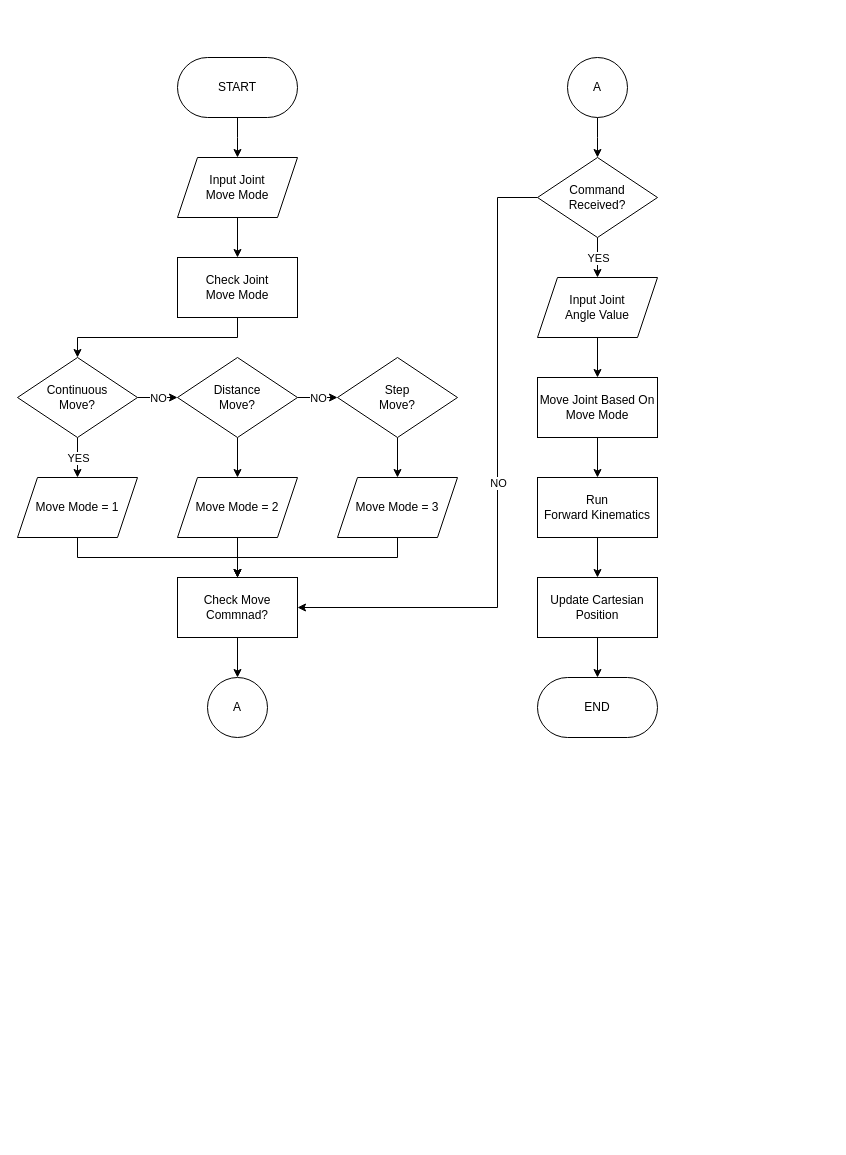
Before: page "Move Algorithm" (6 of 8) of Breakdown/Algorithm Flowchart.drawio in AlfonsusGiovanni/Welding-Arm-Manipulator, a draw.io diagram. Source tidied: cells renumbered, new cells numbered last; positions are measured from the earlier drawing's top-left corner, leaving out a move shared by most shapes. Both pictures are drawn from the tidied source at 100%, with x=0, y=0 at pixel (17, 57).
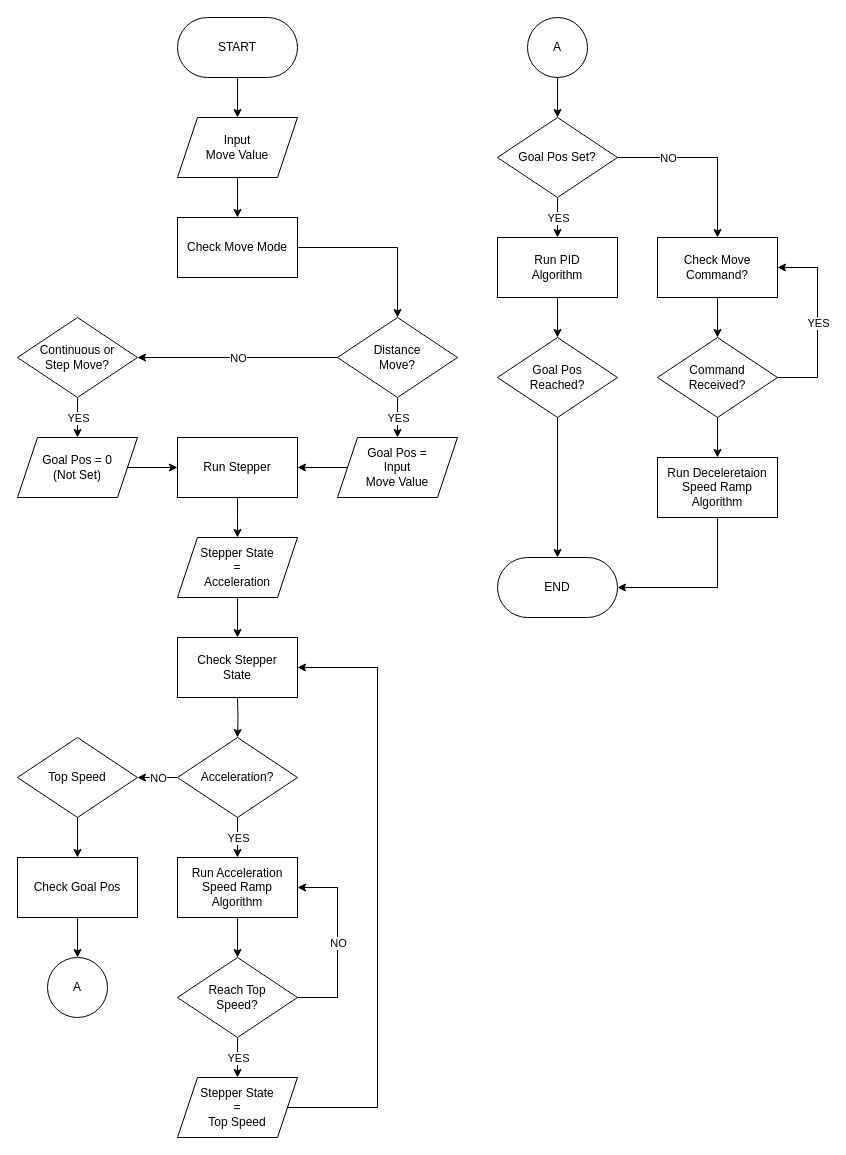
Above is the later version.

What changed in the source:
```diff
@@
-    <mxCell id="2" style="edgeStyle=orthogonalEdgeStyle;rounded=0;jettySize=auto;html=1;" parent="1" edge="1" source="3">
-      <mxGeometry relative="1" as="geometry">
-        <mxPoint x="220" y="100" as="targetPoint" />
-      </mxGeometry>
-    </mxCell>
+    <mxCell id="44" style="edgeStyle=orthogonalEdgeStyle;rounded=0;jettySize=auto;html=1;" parent="1" edge="1" source="3" target="55">
+      <mxGeometry relative="1" as="geometry" />
+    </mxCell>
     <mxCell id="3" value="START" style="rounded=1;whiteSpace=wrap;html=1;arcSize=50;" parent="1" vertex="1">
-      <mxGeometry x="160" width="120" height="60" as="geometry" />
+      <mxGeometry x="160" y="-40" width="120" height="60" as="geometry" />
     </mxCell>
-    <mxCell id="4" style="edgeStyle=orthogonalEdgeStyle;rounded=0;jettySize=auto;html=1;" parent="1" edge="1" source="5" target="7">
-      <mxGeometry relative="1" as="geometry" />
-    </mxCell>
-    <mxCell id="5" value="Input Joint&lt;br&gt;Move Mode" style="shape=parallelogram;perimeter=parallelogramPerimeter;whiteSpace=wrap;html=1;fixedSize=1;" parent="1" vertex="1">
-      <mxGeometry x="160" y="100" width="120" height="60" as="geometry" />
-    </mxCell>
-    <mxCell id="6" style="edgeStyle=orthogonalEdgeStyle;rounded=0;jettySize=auto;html=1;exitX=0.5;exitY=1;exitDx=0;exitDy=0;" parent="1" edge="1" source="7" target="12">
-      <mxGeometry relative="1" as="geometry" />
-    </mxCell>
-    <mxCell id="7" value="Check Joint&lt;br&gt;Move Mode" style="rounded=0;whiteSpace=wrap;html=1;" parent="1" vertex="1">
-      <mxGeometry x="160" y="200" width="120" height="60" as="geometry" />
-    </mxCell>
-    <mxCell id="8" style="edgeStyle=orthogonalEdgeStyle;rounded=0;jettySize=auto;html=1;" parent="1" edge="1" source="12" target="16">
-      <mxGeometry relative="1" as="geometry" />
-    </mxCell>
-    <mxCell id="9" value="NO" style="edgeLabel;html=1;align=center;verticalAlign=middle;" parent="8" vertex="1">
-      <mxGeometry relative="1" as="geometry" />
-    </mxCell>
-    <mxCell id="10" style="edgeStyle=orthogonalEdgeStyle;rounded=0;jettySize=auto;html=1;" parent="1" edge="1" source="12">
-      <mxGeometry relative="1" as="geometry">
-        <mxPoint x="60" y="420" as="targetPoint" />
-      </mxGeometry>
-    </mxCell>
-    <mxCell id="11" value="YES" style="edgeLabel;html=1;align=center;verticalAlign=middle;" parent="10" vertex="1">
-      <mxGeometry relative="1" as="geometry" />
-    </mxCell>
-    <mxCell id="12" value="Continuous&lt;br&gt;Move?" style="rhombus;whiteSpace=wrap;html=1;" parent="1" vertex="1">
-      <mxGeometry y="300" width="120" height="80" as="geometry" />
-    </mxCell>
-    <mxCell id="13" style="edgeStyle=orthogonalEdgeStyle;rounded=0;jettySize=auto;html=1;" parent="1" edge="1" source="16" target="18">
-      <mxGeometry relative="1" as="geometry" />
-    </mxCell>
-    <mxCell id="14" value="NO" style="edgeLabel;html=1;align=center;verticalAlign=middle;" parent="13" vertex="1">
-      <mxGeometry relative="1" as="geometry" />
-    </mxCell>
-    <mxCell id="15" style="edgeStyle=orthogonalEdgeStyle;rounded=0;jettySize=auto;html=1;" parent="1" edge="1" source="16" target="22">
-      <mxGeometry relative="1" as="geometry" />
-    </mxCell>
+    <mxCell id="45" style="edgeStyle=orthogonalEdgeStyle;rounded=0;jettySize=auto;html=1;" parent="1" edge="1" source="46" target="16">
+      <mxGeometry relative="1" as="geometry" />
+    </mxCell>
+    <mxCell id="46" value="Check Move Mode" style="rounded=0;whiteSpace=wrap;html=1;" parent="1" vertex="1">
+      <mxGeometry x="160" y="160" width="120" height="60" as="geometry" />
+    </mxCell>
+    <mxCell id="47" style="edgeStyle=orthogonalEdgeStyle;rounded=0;jettySize=auto;html=1;" parent="1" edge="1" source="49" target="90">
+      <mxGeometry relative="1" as="geometry" />
+    </mxCell>
+    <mxCell id="48" value="YES" style="edgeLabel;html=1;align=center;verticalAlign=middle;" parent="47" vertex="1">
+      <mxGeometry relative="1" as="geometry" />
+    </mxCell>
+    <mxCell id="49" value="Continuous or&lt;br&gt;Step Move?" style="rhombus;whiteSpace=wrap;html=1;" parent="1" vertex="1">
+      <mxGeometry y="260" width="120" height="80" as="geometry" />
+    </mxCell>
+    <mxCell id="50" style="edgeStyle=orthogonalEdgeStyle;rounded=0;jettySize=auto;html=1;entryX=1;entryY=0.5;entryDx=0;entryDy=0;" parent="1" edge="1" source="16" target="49">
+      <mxGeometry relative="1" as="geometry" />
+    </mxCell>
+    <mxCell id="51" value="NO" style="edgeLabel;html=1;align=center;verticalAlign=middle;" parent="50" vertex="1">
+      <mxGeometry relative="1" as="geometry" />
+    </mxCell>
+    <mxCell id="52" style="edgeStyle=orthogonalEdgeStyle;rounded=0;jettySize=auto;html=1;" parent="1" edge="1" source="16">
+      <mxGeometry relative="1" as="geometry">
+        <mxPoint x="380" y="380" as="targetPoint" />
+      </mxGeometry>
+    </mxCell>
+    <mxCell id="53" value="YES" style="edgeLabel;html=1;align=center;verticalAlign=middle;" parent="52" vertex="1">
+      <mxGeometry relative="1" as="geometry" />
+    </mxCell>
-    <mxCell id="16" value="Distance&lt;br&gt;Move?" style="rhombus;whiteSpace=wrap;html=1;" parent="1" vertex="1">
-      <mxGeometry x="160" y="300" width="120" height="80" as="geometry" />
+    <mxCell id="16" value="Distance&lt;div&gt;Move?&lt;/div&gt;" style="rhombus;whiteSpace=wrap;html=1;" parent="1" vertex="1">
+      <mxGeometry x="320" y="260" width="120" height="80" as="geometry" />
     </mxCell>
-    <mxCell id="17" style="edgeStyle=orthogonalEdgeStyle;rounded=0;jettySize=auto;html=1;" parent="1" edge="1" source="18" target="24">
-      <mxGeometry relative="1" as="geometry" />
-    </mxCell>
-    <mxCell id="18" value="Step&lt;br&gt;Move?" style="rhombus;whiteSpace=wrap;html=1;" parent="1" vertex="1">
-      <mxGeometry x="320" y="300" width="120" height="80" as="geometry" />
-    </mxCell>
-    <mxCell id="19" style="edgeStyle=orthogonalEdgeStyle;rounded=0;jettySize=auto;html=1;exitX=0.5;exitY=1;exitDx=0;exitDy=0;entryX=0.5;entryY=0;entryDx=0;entryDy=0;" parent="1" edge="1" source="20" target="26">
-      <mxGeometry relative="1" as="geometry" />
-    </mxCell>
-    <mxCell id="20" value="Move Mode = 1" style="shape=parallelogram;perimeter=parallelogramPerimeter;whiteSpace=wrap;html=1;fixedSize=1;" parent="1" vertex="1">
-      <mxGeometry y="420" width="120" height="60" as="geometry" />
-    </mxCell>
-    <mxCell id="21" style="edgeStyle=orthogonalEdgeStyle;rounded=0;jettySize=auto;html=1;" parent="1" edge="1" source="22" target="26">
-      <mxGeometry relative="1" as="geometry" />
-    </mxCell>
-    <mxCell id="22" value="Move Mode = 2" style="shape=parallelogram;perimeter=parallelogramPerimeter;whiteSpace=wrap;html=1;fixedSize=1;" parent="1" vertex="1">
-      <mxGeometry x="160" y="420" width="120" height="60" as="geometry" />
-    </mxCell>
-    <mxCell id="23" style="edgeStyle=orthogonalEdgeStyle;rounded=0;jettySize=auto;html=1;exitX=0.5;exitY=1;exitDx=0;exitDy=0;entryX=0.5;entryY=0;entryDx=0;entryDy=0;" parent="1" edge="1" source="24" target="26">
-      <mxGeometry relative="1" as="geometry" />
-    </mxCell>
-    <mxCell id="24" value="Move Mode = 3" style="shape=parallelogram;perimeter=parallelogramPerimeter;whiteSpace=wrap;html=1;fixedSize=1;" parent="1" vertex="1">
-      <mxGeometry x="320" y="420" width="120" height="60" as="geometry" />
-    </mxCell>
-    <mxCell id="25" style="edgeStyle=orthogonalEdgeStyle;rounded=0;jettySize=auto;html=1;" parent="1" edge="1" source="26" target="32">
-      <mxGeometry relative="1" as="geometry" />
-    </mxCell>
-    <mxCell id="26" value="Check Move Commnad?" style="rounded=0;whiteSpace=wrap;html=1;" parent="1" vertex="1">
-      <mxGeometry x="160" y="520" width="120" height="60" as="geometry" />
-    </mxCell>
-    <mxCell id="27" style="edgeStyle=orthogonalEdgeStyle;rounded=0;jettySize=auto;html=1;" parent="1" edge="1" source="31" target="40">
-      <mxGeometry relative="1" as="geometry" />
-    </mxCell>
-    <mxCell id="28" value="YES" style="edgeLabel;html=1;align=center;verticalAlign=middle;" parent="27" vertex="1">
-      <mxGeometry relative="1" as="geometry" />
-    </mxCell>
-    <mxCell id="29" style="edgeStyle=orthogonalEdgeStyle;rounded=0;jettySize=auto;html=1;exitX=0;exitY=0.5;exitDx=0;exitDy=0;entryX=1;entryY=0.5;entryDx=0;entryDy=0;" parent="1" edge="1" source="31" target="26">
-      <mxGeometry relative="1" as="geometry">
-        <Array as="points">
-          <mxPoint x="480" y="140" />
-          <mxPoint x="480" y="550" />
-        </Array>
-      </mxGeometry>
-    </mxCell>
-    <mxCell id="30" value="NO" style="edgeLabel;html=1;align=center;verticalAlign=middle;" parent="29" vertex="1">
-      <mxGeometry relative="1" as="geometry" />
-    </mxCell>
+    <mxCell id="54" style="edgeStyle=orthogonalEdgeStyle;rounded=0;jettySize=auto;html=1;" parent="1" edge="1" source="55" target="46">
+      <mxGeometry relative="1" as="geometry" />
+    </mxCell>
+    <mxCell id="55" value="Input&lt;div&gt;Move Value&lt;/div&gt;" style="shape=parallelogram;perimeter=parallelogramPerimeter;whiteSpace=wrap;html=1;fixedSize=1;" parent="1" vertex="1">
+      <mxGeometry x="160" y="60" width="120" height="60" as="geometry" />
+    </mxCell>
+    <mxCell id="56" style="edgeStyle=orthogonalEdgeStyle;rounded=0;jettySize=auto;html=1;" parent="1" edge="1" source="57">
+      <mxGeometry relative="1" as="geometry">
+        <mxPoint x="220" y="480" as="targetPoint" />
+      </mxGeometry>
+    </mxCell>
+    <mxCell id="57" value="Run Stepper" style="rounded=0;whiteSpace=wrap;html=1;" parent="1" vertex="1">
+      <mxGeometry x="160" y="380" width="120" height="60" as="geometry" />
+    </mxCell>
+    <mxCell id="58" style="edgeStyle=orthogonalEdgeStyle;rounded=0;jettySize=auto;html=1;" parent="1" edge="1" source="62" target="67">
+      <mxGeometry relative="1" as="geometry" />
+    </mxCell>
+    <mxCell id="59" value="YES" style="edgeLabel;html=1;align=center;verticalAlign=middle;" parent="58" vertex="1">
+      <mxGeometry relative="1" as="geometry" />
+    </mxCell>
+    <mxCell id="60" style="edgeStyle=orthogonalEdgeStyle;rounded=0;jettySize=auto;html=1;" parent="1" edge="1" source="62" target="64">
+      <mxGeometry relative="1" as="geometry" />
+    </mxCell>
+    <mxCell id="61" value="NO" style="edgeLabel;html=1;align=center;verticalAlign=middle;" parent="60" vertex="1">
+      <mxGeometry relative="1" as="geometry" />
+    </mxCell>
+    <mxCell id="62" value="Acceleration?" style="rhombus;whiteSpace=wrap;html=1;" parent="1" vertex="1">
+      <mxGeometry x="160" y="680" width="120" height="80" as="geometry" />
+    </mxCell>
+    <mxCell id="63" style="edgeStyle=orthogonalEdgeStyle;rounded=0;jettySize=auto;html=1;" parent="1" edge="1" source="64" target="83">
+      <mxGeometry relative="1" as="geometry" />
+    </mxCell>
+    <mxCell id="64" value="Top Speed" style="rhombus;whiteSpace=wrap;html=1;" parent="1" vertex="1">
+      <mxGeometry y="680" width="120" height="80" as="geometry" />
+    </mxCell>
+    <mxCell id="65" style="edgeStyle=orthogonalEdgeStyle;rounded=0;jettySize=auto;html=1;" parent="1" edge="1" target="62">
+      <mxGeometry relative="1" as="geometry">
+        <mxPoint x="220" y="640" as="sourcePoint" />
+      </mxGeometry>
+    </mxCell>
+    <mxCell id="66" style="edgeStyle=orthogonalEdgeStyle;rounded=0;jettySize=auto;html=1;" parent="1" edge="1" source="67" target="74">
+      <mxGeometry relative="1" as="geometry" />
+    </mxCell>
+    <mxCell id="67" value="Run Acceleration Speed&amp;nbsp;&lt;span style=&quot;background-color: initial;&quot;&gt;Ramp Algorithm&lt;/span&gt;" style="rounded=0;whiteSpace=wrap;html=1;" parent="1" vertex="1">
+      <mxGeometry x="160" y="800" width="120" height="60" as="geometry" />
+    </mxCell>
+    <mxCell id="68" style="edgeStyle=orthogonalEdgeStyle;rounded=0;jettySize=auto;html=1;" parent="1" edge="1" source="69" target="78">
+      <mxGeometry relative="1" as="geometry" />
+    </mxCell>
+    <mxCell id="69" value="Run PID&lt;br&gt;Algorithm" style="rounded=0;whiteSpace=wrap;html=1;" parent="1" vertex="1">
+      <mxGeometry x="480" y="180" width="120" height="60" as="geometry" />
+    </mxCell>
+    <mxCell id="70" style="edgeStyle=orthogonalEdgeStyle;rounded=0;jettySize=auto;html=1;exitX=1;exitY=0.5;exitDx=0;exitDy=0;entryX=1;entryY=0.5;entryDx=0;entryDy=0;" parent="1" edge="1" source="74" target="67">
+      <mxGeometry relative="1" as="geometry">
+        <Array as="points">
+          <mxPoint x="320" y="940" />
+          <mxPoint x="320" y="830" />
+        </Array>
+      </mxGeometry>
+    </mxCell>
+    <mxCell id="71" value="NO" style="edgeLabel;html=1;align=center;verticalAlign=middle;" parent="70" vertex="1">
+      <mxGeometry relative="1" as="geometry" />
+    </mxCell>
+    <mxCell id="72" style="edgeStyle=orthogonalEdgeStyle;rounded=0;jettySize=auto;html=1;" parent="1" edge="1" source="74" target="76">
+      <mxGeometry relative="1" as="geometry" />
+    </mxCell>
+    <mxCell id="73" value="YES" style="edgeLabel;html=1;align=center;verticalAlign=middle;" parent="72" vertex="1">
+      <mxGeometry relative="1" as="geometry" />
+    </mxCell>
+    <mxCell id="74" value="Reach Top&lt;br&gt;Speed?" style="rhombus;whiteSpace=wrap;html=1;" parent="1" vertex="1">
+      <mxGeometry x="160" y="900" width="120" height="80" as="geometry" />
+    </mxCell>
+    <mxCell id="75" style="edgeStyle=orthogonalEdgeStyle;rounded=0;jettySize=auto;html=1;exitX=1;exitY=0.5;exitDx=0;exitDy=0;entryX=1;entryY=0.5;entryDx=0;entryDy=0;" parent="1" edge="1" source="76" target="79">
+      <mxGeometry relative="1" as="geometry">
+        <Array as="points">
+          <mxPoint x="360" y="1050" />
+          <mxPoint x="360" y="610" />
+        </Array>
+      </mxGeometry>
+    </mxCell>
+    <mxCell id="76" value="Stepper State&lt;div&gt;=&lt;/div&gt;&lt;div&gt;Top Speed&lt;/div&gt;" style="shape=parallelogram;perimeter=parallelogramPerimeter;whiteSpace=wrap;html=1;fixedSize=1;" parent="1" vertex="1">
+      <mxGeometry x="160" y="1020" width="120" height="60" as="geometry" />
+    </mxCell>
+    <mxCell id="77" style="edgeStyle=orthogonalEdgeStyle;rounded=0;jettySize=auto;html=1;" parent="1" edge="1" source="78" target="43">
+      <mxGeometry relative="1" as="geometry" />
+    </mxCell>
+    <mxCell id="78" value="Goal Pos&lt;br&gt;Reached?" style="rhombus;whiteSpace=wrap;html=1;" parent="1" vertex="1">
+      <mxGeometry x="480" y="280" width="120" height="80" as="geometry" />
+    </mxCell>
+    <mxCell id="43" value="END" style="rounded=1;whiteSpace=wrap;html=1;arcSize=50;" parent="1" vertex="1">
+      <mxGeometry x="480" y="500" width="120" height="60" as="geometry" />
+    </mxCell>
+    <mxCell id="79" value="Check Stepper&lt;br&gt;State" style="rounded=0;whiteSpace=wrap;html=1;" parent="1" vertex="1">
+      <mxGeometry x="160" y="580" width="120" height="60" as="geometry" />
+    </mxCell>
+    <mxCell id="80" style="edgeStyle=orthogonalEdgeStyle;rounded=0;jettySize=auto;html=1;" parent="1" edge="1" source="81" target="79">
+      <mxGeometry relative="1" as="geometry" />
+    </mxCell>
+    <mxCell id="81" value="Stepper State&lt;div&gt;=&lt;/div&gt;&lt;div&gt;Acceleration&lt;/div&gt;" style="shape=parallelogram;perimeter=parallelogramPerimeter;whiteSpace=wrap;html=1;fixedSize=1;" parent="1" vertex="1">
+      <mxGeometry x="160" y="480" width="120" height="60" as="geometry" />
+    </mxCell>
+    <mxCell id="82" style="edgeStyle=orthogonalEdgeStyle;rounded=0;jettySize=auto;html=1;" parent="1" edge="1" source="83" target="93">
+      <mxGeometry relative="1" as="geometry" />
+    </mxCell>
+    <mxCell id="83" value="Check Goal Pos" style="rounded=0;whiteSpace=wrap;html=1;" parent="1" vertex="1">
+      <mxGeometry y="800" width="120" height="60" as="geometry" />
+    </mxCell>
+    <mxCell id="84" style="edgeStyle=orthogonalEdgeStyle;rounded=0;jettySize=auto;html=1;" parent="1" edge="1" source="88" target="69">
+      <mxGeometry relative="1" as="geometry" />
+    </mxCell>
+    <mxCell id="85" value="YES" style="edgeLabel;html=1;align=center;verticalAlign=middle;" parent="84" vertex="1">
+      <mxGeometry relative="1" as="geometry" />
+    </mxCell>
+    <mxCell id="86" style="edgeStyle=orthogonalEdgeStyle;rounded=0;jettySize=auto;html=1;exitX=1;exitY=0.5;exitDx=0;exitDy=0;entryX=0.5;entryY=0;entryDx=0;entryDy=0;" parent="1" edge="1" source="88" target="97">
+      <mxGeometry relative="1" as="geometry" />
+    </mxCell>
+    <mxCell id="87" value="NO" style="edgeLabel;html=1;align=center;verticalAlign=middle;" parent="86" vertex="1">
+      <mxGeometry relative="1" as="geometry">
+        <mxPoint x="-40" as="offset" />
+      </mxGeometry>
+    </mxCell>
+    <mxCell id="88" value="Goal Pos Set?" style="rhombus;whiteSpace=wrap;html=1;" parent="1" vertex="1">
+      <mxGeometry x="480" y="60" width="120" height="80" as="geometry" />
+    </mxCell>
+    <mxCell id="89" style="edgeStyle=orthogonalEdgeStyle;rounded=0;jettySize=auto;html=1;" parent="1" edge="1" source="90" target="57">
+      <mxGeometry relative="1" as="geometry" />
+    </mxCell>
+    <mxCell id="90" value="Goal Pos = 0&lt;br&gt;(Not Set)" style="shape=parallelogram;perimeter=parallelogramPerimeter;whiteSpace=wrap;html=1;fixedSize=1;" parent="1" vertex="1">
+      <mxGeometry y="380" width="120" height="60" as="geometry" />
+    </mxCell>
+    <mxCell id="91" style="edgeStyle=orthogonalEdgeStyle;rounded=0;jettySize=auto;html=1;exitX=0;exitY=0.5;exitDx=0;exitDy=0;entryX=1;entryY=0.5;entryDx=0;entryDy=0;" parent="1" edge="1" source="92" target="57">
+      <mxGeometry relative="1" as="geometry" />
+    </mxCell>
+    <mxCell id="92" value="Goal Pos =&lt;br&gt;Input&lt;div&gt;Move Value&lt;/div&gt;" style="shape=parallelogram;perimeter=parallelogramPerimeter;whiteSpace=wrap;html=1;fixedSize=1;" parent="1" vertex="1">
+      <mxGeometry x="320" y="380" width="120" height="60" as="geometry" />
+    </mxCell>
+    <mxCell id="93" value="A" style="ellipse;whiteSpace=wrap;html=1;" parent="1" vertex="1">
+      <mxGeometry x="30" y="900" width="60" height="60" as="geometry" />
+    </mxCell>
+    <mxCell id="94" style="edgeStyle=orthogonalEdgeStyle;rounded=0;jettySize=auto;html=1;" parent="1" edge="1" source="95" target="88">
+      <mxGeometry relative="1" as="geometry" />
+    </mxCell>
+    <mxCell id="95" value="A" style="ellipse;whiteSpace=wrap;html=1;" parent="1" vertex="1">
+      <mxGeometry x="510" y="-40" width="60" height="60" as="geometry" />
+    </mxCell>
+    <mxCell id="96" style="edgeStyle=orthogonalEdgeStyle;rounded=0;jettySize=auto;html=1;" parent="1" edge="1" source="97" target="31">
+      <mxGeometry relative="1" as="geometry" />
+    </mxCell>
+    <mxCell id="97" value="Check Move Command?" style="rounded=0;whiteSpace=wrap;html=1;" parent="1" vertex="1">
+      <mxGeometry x="640" y="180" width="120" height="60" as="geometry" />
+    </mxCell>
+    <mxCell id="98" style="edgeStyle=orthogonalEdgeStyle;rounded=0;jettySize=auto;html=1;exitX=1;exitY=0.5;exitDx=0;exitDy=0;entryX=1;entryY=0.5;entryDx=0;entryDy=0;" parent="1" edge="1" source="31" target="97">
+      <mxGeometry relative="1" as="geometry">
+        <Array as="points">
+          <mxPoint x="800" y="320" />
+          <mxPoint x="800" y="210" />
+        </Array>
+      </mxGeometry>
+    </mxCell>
+    <mxCell id="99" value="YES" style="edgeLabel;html=1;align=center;verticalAlign=middle;" parent="98" vertex="1">
+      <mxGeometry relative="1" as="geometry" />
+    </mxCell>
+    <mxCell id="100" style="edgeStyle=orthogonalEdgeStyle;rounded=0;jettySize=auto;html=1;" parent="1" edge="1" source="31" target="102">
+      <mxGeometry relative="1" as="geometry" />
+    </mxCell>
     <mxCell id="31" value="Command&lt;br&gt;Received?" style="rhombus;whiteSpace=wrap;html=1;" parent="1" vertex="1">
-      <mxGeometry x="520" y="100" width="120" height="80" as="geometry" />
+      <mxGeometry x="640" y="280" width="120" height="80" as="geometry" />
     </mxCell>
-    <mxCell id="32" value="A" style="ellipse;whiteSpace=wrap;html=1;" parent="1" vertex="1">
-      <mxGeometry x="190" y="620" width="60" height="60" as="geometry" />
-    </mxCell>
-    <mxCell id="33" style="edgeStyle=orthogonalEdgeStyle;rounded=0;jettySize=auto;html=1;" parent="1" edge="1" source="34">
-      <mxGeometry relative="1" as="geometry">
-        <mxPoint x="580" y="100" as="targetPoint" />
-      </mxGeometry>
-    </mxCell>
-    <mxCell id="34" value="A" style="ellipse;whiteSpace=wrap;html=1;" parent="1" vertex="1">
-      <mxGeometry x="550" width="60" height="60" as="geometry" />
-    </mxCell>
-    <mxCell id="35" style="edgeStyle=orthogonalEdgeStyle;rounded=0;jettySize=auto;html=1;" parent="1" edge="1" source="36" target="38">
-      <mxGeometry relative="1" as="geometry" />
-    </mxCell>
-    <mxCell id="36" value="Move Joint Based On Move Mode" style="rounded=0;whiteSpace=wrap;html=1;" parent="1" vertex="1">
-      <mxGeometry x="520" y="320" width="120" height="60" as="geometry" />
-    </mxCell>
-    <mxCell id="37" style="edgeStyle=orthogonalEdgeStyle;rounded=0;jettySize=auto;html=1;" parent="1" edge="1" source="38" target="42">
-      <mxGeometry relative="1" as="geometry" />
-    </mxCell>
-    <mxCell id="38" value="Run &lt;br&gt;Forward Kinematics" style="rounded=0;whiteSpace=wrap;html=1;" parent="1" vertex="1">
-      <mxGeometry x="520" y="420" width="120" height="60" as="geometry" />
-    </mxCell>
-    <mxCell id="39" style="edgeStyle=orthogonalEdgeStyle;rounded=0;jettySize=auto;html=1;" parent="1" edge="1" source="40" target="36">
-      <mxGeometry relative="1" as="geometry" />
-    </mxCell>
-    <mxCell id="40" value="Input Joint&lt;br&gt;Angle Value" style="shape=parallelogram;perimeter=parallelogramPerimeter;whiteSpace=wrap;html=1;fixedSize=1;" parent="1" vertex="1">
-      <mxGeometry x="520" y="220" width="120" height="60" as="geometry" />
-    </mxCell>
-    <mxCell id="41" style="edgeStyle=orthogonalEdgeStyle;rounded=0;jettySize=auto;html=1;" parent="1" edge="1" source="42" target="43">
-      <mxGeometry relative="1" as="geometry" />
-    </mxCell>
-    <mxCell id="42" value="Update Cartesian&lt;br&gt;Position" style="rounded=0;whiteSpace=wrap;html=1;" parent="1" vertex="1">
-      <mxGeometry x="520" y="520" width="120" height="60" as="geometry" />
-    </mxCell>
-    <mxCell id="43" value="END" style="rounded=1;whiteSpace=wrap;html=1;arcSize=50;" parent="1" vertex="1">
-      <mxGeometry x="520" y="620" width="120" height="60" as="geometry" />
-    </mxCell>
+    <mxCell id="101" style="edgeStyle=orthogonalEdgeStyle;rounded=0;jettySize=auto;html=1;exitX=0.5;exitY=1;exitDx=0;exitDy=0;entryX=1;entryY=0.5;entryDx=0;entryDy=0;" parent="1" edge="1" source="102" target="43">
+      <mxGeometry relative="1" as="geometry" />
+    </mxCell>
+    <mxCell id="102" value="Run Deceleretaion Speed&amp;nbsp;&lt;span style=&quot;background-color: initial;&quot;&gt;Ramp Algorithm&lt;/span&gt;" style="rounded=0;whiteSpace=wrap;html=1;" parent="1" vertex="1">
+      <mxGeometry x="640" y="400" width="120" height="60" as="geometry" />
+    </mxCell>
```
